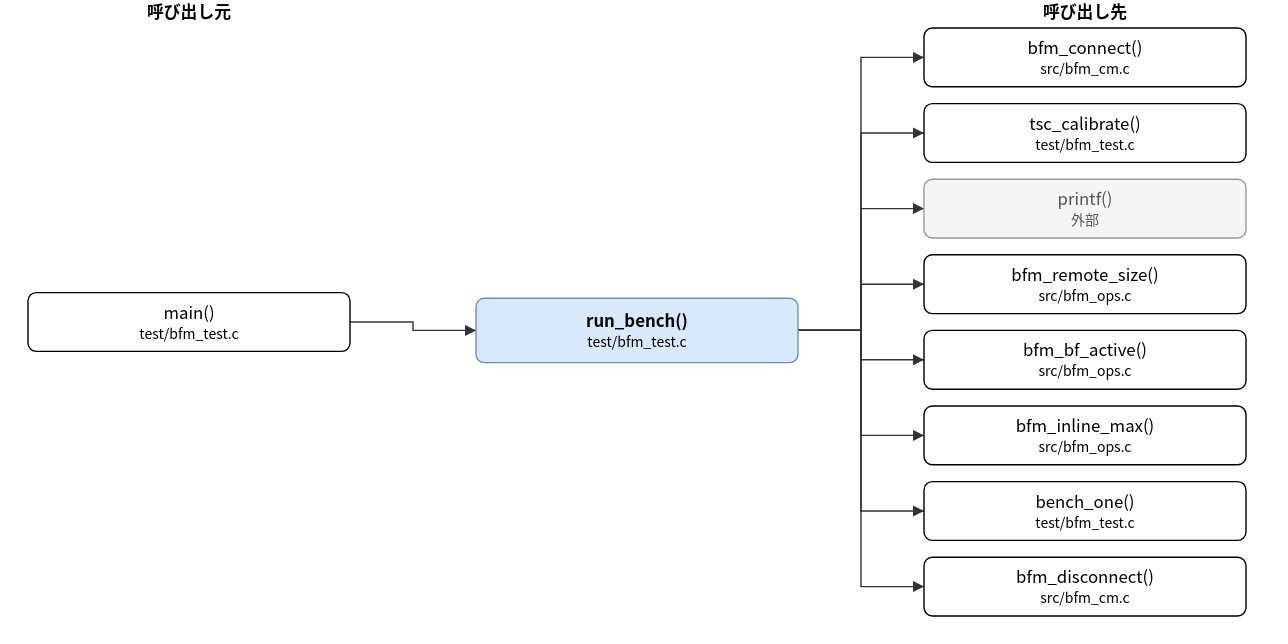
The draw.io diagram doc/spec/images/call_test_bfm_test-run_bench.drawio.svg in hf355051012-ai/bfmem, before a commit. Source tidied: cells renumbered, new cells last; positions are measured from the earlier drawing's top-left corner, leaving out a move shared by most shapes. Source of this version:
```xml
<mxGraphModel>
  <root>
    <mxCell id="0" />
    <mxCell id="1" parent="0" />
    <mxCell id="2" value="run_bench()&lt;br&gt;&lt;font style=&quot;font-size:10px&quot;&gt;test/bfm_test.c&lt;/font&gt;" style="rounded=1;whiteSpace=wrap;html=1;fillColor=#dae8fc;strokeColor=#6c8ebf;fontStyle=1;" parent="1" vertex="1">
      <mxGeometry x="320" y="213" width="230" height="46" as="geometry" />
    </mxCell>
    <mxCell id="3" value="main()&lt;br&gt;&lt;font style=&quot;font-size:10px&quot;&gt;test/bfm_test.c&lt;/font&gt;" style="rounded=1;whiteSpace=wrap;html=1;" parent="1" vertex="1">
      <mxGeometry y="209" width="230" height="42" as="geometry" />
    </mxCell>
    <mxCell id="4" value="bfm_connect()&lt;br&gt;&lt;font style=&quot;font-size:10px&quot;&gt;src/bfm_cm.c&lt;/font&gt;" style="rounded=1;whiteSpace=wrap;html=1;" parent="1" vertex="1">
      <mxGeometry x="640" y="20" width="230" height="42" as="geometry" />
    </mxCell>
    <mxCell id="5" value="tsc_calibrate()&lt;br&gt;&lt;font style=&quot;font-size:10px&quot;&gt;test/bfm_test.c&lt;/font&gt;" style="rounded=1;whiteSpace=wrap;html=1;" parent="1" vertex="1">
      <mxGeometry x="640" y="74" width="230" height="42" as="geometry" />
    </mxCell>
    <mxCell id="6" value="printf()&lt;br&gt;&lt;font style=&quot;font-size:10px&quot;&gt;外部&lt;/font&gt;" style="rounded=1;whiteSpace=wrap;html=1;fillColor=#f5f5f5;strokeColor=#999999;fontColor=#555555;" parent="1" vertex="1">
      <mxGeometry x="640" y="128" width="230" height="42" as="geometry" />
    </mxCell>
    <mxCell id="7" value="bfm_remote_size()&lt;br&gt;&lt;font style=&quot;font-size:10px&quot;&gt;src/bfm_ops.c&lt;/font&gt;" style="rounded=1;whiteSpace=wrap;html=1;" parent="1" vertex="1">
      <mxGeometry x="640" y="182" width="230" height="42" as="geometry" />
    </mxCell>
    <mxCell id="8" value="bfm_bf_active()&lt;br&gt;&lt;font style=&quot;font-size:10px&quot;&gt;src/bfm_ops.c&lt;/font&gt;" style="rounded=1;whiteSpace=wrap;html=1;" parent="1" vertex="1">
      <mxGeometry x="640" y="236" width="230" height="42" as="geometry" />
    </mxCell>
    <mxCell id="9" value="bfm_inline_max()&lt;br&gt;&lt;font style=&quot;font-size:10px&quot;&gt;src/bfm_ops.c&lt;/font&gt;" style="rounded=1;whiteSpace=wrap;html=1;" parent="1" vertex="1">
      <mxGeometry x="640" y="290" width="230" height="42" as="geometry" />
    </mxCell>
    <mxCell id="10" value="bench_one()&lt;br&gt;&lt;font style=&quot;font-size:10px&quot;&gt;test/bfm_test.c&lt;/font&gt;" style="rounded=1;whiteSpace=wrap;html=1;" parent="1" vertex="1">
      <mxGeometry x="640" y="344" width="230" height="42" as="geometry" />
    </mxCell>
    <mxCell id="11" value="bfm_disconnect()&lt;br&gt;&lt;font style=&quot;font-size:10px&quot;&gt;src/bfm_cm.c&lt;/font&gt;" style="rounded=1;whiteSpace=wrap;html=1;" parent="1" vertex="1">
      <mxGeometry x="640" y="398" width="230" height="42" as="geometry" />
    </mxCell>
    <mxCell id="12" style="edgeStyle=none;html=1;rounded=0;endArrow=block;endFill=1;exitX=1.0000;exitY=0.5000;exitDx=0;exitDy=0;exitPerimeter=0;entryX=0.0000;entryY=0.5000;entryDx=0;entryDy=0;entryPerimeter=0;" parent="1" edge="1" source="3" target="2">
      <mxGeometry relative="1" as="geometry">
        <Array as="points">
          <mxPoint x="275" y="230" />
          <mxPoint x="275" y="236" />
        </Array>
      </mxGeometry>
    </mxCell>
    <mxCell id="13" style="edgeStyle=none;html=1;rounded=0;endArrow=block;endFill=1;exitX=1.0000;exitY=0.5000;exitDx=0;exitDy=0;exitPerimeter=0;entryX=0.0000;entryY=0.5000;entryDx=0;entryDy=0;entryPerimeter=0;" parent="1" edge="1" source="2" target="4">
      <mxGeometry relative="1" as="geometry">
        <Array as="points">
          <mxPoint x="595" y="236" />
          <mxPoint x="595" y="41" />
        </Array>
      </mxGeometry>
    </mxCell>
    <mxCell id="14" style="edgeStyle=none;html=1;rounded=0;endArrow=block;endFill=1;exitX=1.0000;exitY=0.5000;exitDx=0;exitDy=0;exitPerimeter=0;entryX=0.0000;entryY=0.5000;entryDx=0;entryDy=0;entryPerimeter=0;" parent="1" edge="1" source="2" target="5">
      <mxGeometry relative="1" as="geometry">
        <Array as="points">
          <mxPoint x="595" y="236" />
          <mxPoint x="595" y="95" />
        </Array>
      </mxGeometry>
    </mxCell>
    <mxCell id="15" style="edgeStyle=none;html=1;rounded=0;endArrow=block;endFill=1;exitX=1.0000;exitY=0.5000;exitDx=0;exitDy=0;exitPerimeter=0;entryX=0.0000;entryY=0.5000;entryDx=0;entryDy=0;entryPerimeter=0;" parent="1" edge="1" source="2" target="6">
      <mxGeometry relative="1" as="geometry">
        <Array as="points">
          <mxPoint x="595" y="236" />
          <mxPoint x="595" y="149" />
        </Array>
      </mxGeometry>
    </mxCell>
    <mxCell id="16" style="edgeStyle=none;html=1;rounded=0;endArrow=block;endFill=1;exitX=1.0000;exitY=0.5000;exitDx=0;exitDy=0;exitPerimeter=0;entryX=0.0000;entryY=0.5000;entryDx=0;entryDy=0;entryPerimeter=0;" parent="1" edge="1" source="2" target="7">
      <mxGeometry relative="1" as="geometry">
        <Array as="points">
          <mxPoint x="595" y="236" />
          <mxPoint x="595" y="203" />
        </Array>
      </mxGeometry>
    </mxCell>
    <mxCell id="17" style="edgeStyle=none;html=1;rounded=0;endArrow=block;endFill=1;exitX=1.0000;exitY=0.5000;exitDx=0;exitDy=0;exitPerimeter=0;entryX=0.0000;entryY=0.5000;entryDx=0;entryDy=0;entryPerimeter=0;" parent="1" edge="1" source="2" target="8">
      <mxGeometry relative="1" as="geometry">
        <Array as="points">
          <mxPoint x="595" y="236" />
          <mxPoint x="595" y="257" />
        </Array>
      </mxGeometry>
    </mxCell>
    <mxCell id="18" style="edgeStyle=none;html=1;rounded=0;endArrow=block;endFill=1;exitX=1.0000;exitY=0.5000;exitDx=0;exitDy=0;exitPerimeter=0;entryX=0.0000;entryY=0.5000;entryDx=0;entryDy=0;entryPerimeter=0;" parent="1" edge="1" source="2" target="9">
      <mxGeometry relative="1" as="geometry">
        <Array as="points">
          <mxPoint x="595" y="236" />
          <mxPoint x="595" y="311" />
        </Array>
      </mxGeometry>
    </mxCell>
    <mxCell id="19" style="edgeStyle=none;html=1;rounded=0;endArrow=block;endFill=1;exitX=1.0000;exitY=0.5000;exitDx=0;exitDy=0;exitPerimeter=0;entryX=0.0000;entryY=0.5000;entryDx=0;entryDy=0;entryPerimeter=0;" parent="1" edge="1" source="2" target="10">
      <mxGeometry relative="1" as="geometry">
        <Array as="points">
          <mxPoint x="595" y="236" />
          <mxPoint x="595" y="365" />
        </Array>
      </mxGeometry>
    </mxCell>
    <mxCell id="20" style="edgeStyle=none;html=1;rounded=0;endArrow=block;endFill=1;exitX=1.0000;exitY=0.5000;exitDx=0;exitDy=0;exitPerimeter=0;entryX=0.0000;entryY=0.5000;entryDx=0;entryDy=0;entryPerimeter=0;" parent="1" edge="1" source="2" target="11">
      <mxGeometry relative="1" as="geometry">
        <Array as="points">
          <mxPoint x="595" y="236" />
          <mxPoint x="595" y="419" />
        </Array>
      </mxGeometry>
    </mxCell>
    <mxCell id="21" value="呼び出し元" style="text;html=1;align=center;fontStyle=1;" parent="1" vertex="1">
      <mxGeometry x="35" width="160" height="18" as="geometry" />
    </mxCell>
    <mxCell id="22" value="呼び出し先" style="text;html=1;align=center;fontStyle=1;" parent="1" vertex="1">
      <mxGeometry x="675" width="160" height="18" as="geometry" />
    </mxCell>
  </root>
</mxGraphModel>
```
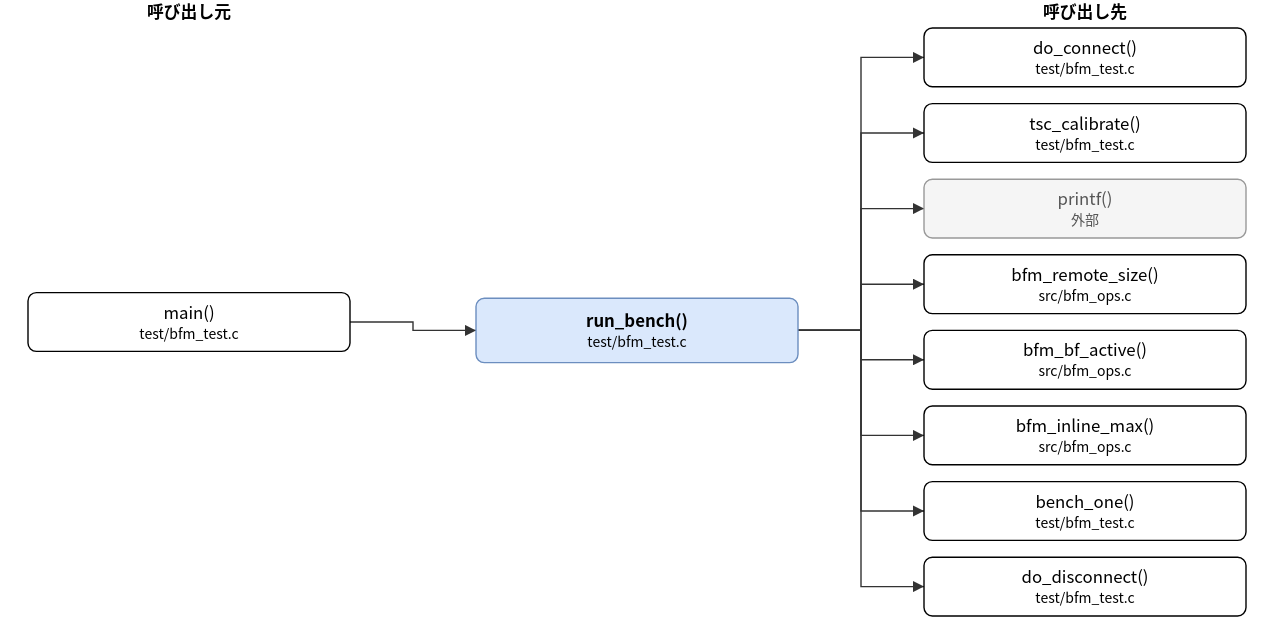
The same diagram one commit later.

Diff of the diagram source:
```diff
@@ -8,7 +8,7 @@
     <mxCell id="3" value="main()&lt;br&gt;&lt;font style=&quot;font-size:10px&quot;&gt;test/bfm_test.c&lt;/font&gt;" style="rounded=1;whiteSpace=wrap;html=1;" parent="1" vertex="1">
       <mxGeometry y="209" width="230" height="42" as="geometry" />
     </mxCell>
-    <mxCell id="4" value="bfm_connect()&lt;br&gt;&lt;font style=&quot;font-size:10px&quot;&gt;src/bfm_cm.c&lt;/font&gt;" style="rounded=1;whiteSpace=wrap;html=1;" parent="1" vertex="1">
+    <mxCell id="4" value="do_connect()&lt;br&gt;&lt;font style=&quot;font-size:10px&quot;&gt;test/bfm_test.c&lt;/font&gt;" style="rounded=1;whiteSpace=wrap;html=1;" parent="1" vertex="1">
       <mxGeometry x="640" y="20" width="230" height="42" as="geometry" />
     </mxCell>
     <mxCell id="5" value="tsc_calibrate()&lt;br&gt;&lt;font style=&quot;font-size:10px&quot;&gt;test/bfm_test.c&lt;/font&gt;" style="rounded=1;whiteSpace=wrap;html=1;" parent="1" vertex="1">
@@ -29,7 +29,7 @@
     <mxCell id="10" value="bench_one()&lt;br&gt;&lt;font style=&quot;font-size:10px&quot;&gt;test/bfm_test.c&lt;/font&gt;" style="rounded=1;whiteSpace=wrap;html=1;" parent="1" vertex="1">
       <mxGeometry x="640" y="344" width="230" height="42" as="geometry" />
     </mxCell>
-    <mxCell id="11" value="bfm_disconnect()&lt;br&gt;&lt;font style=&quot;font-size:10px&quot;&gt;src/bfm_cm.c&lt;/font&gt;" style="rounded=1;whiteSpace=wrap;html=1;" parent="1" vertex="1">
+    <mxCell id="11" value="do_disconnect()&lt;br&gt;&lt;font style=&quot;font-size:10px&quot;&gt;test/bfm_test.c&lt;/font&gt;" style="rounded=1;whiteSpace=wrap;html=1;" parent="1" vertex="1">
       <mxGeometry x="640" y="398" width="230" height="42" as="geometry" />
     </mxCell>
     <mxCell id="12" style="edgeStyle=none;html=1;rounded=0;endArrow=block;endFill=1;exitX=1.0000;exitY=0.5000;exitDx=0;exitDy=0;exitPerimeter=0;entryX=0.0000;entryY=0.5000;entryDx=0;entryDy=0;entryPerimeter=0;" parent="1" edge="1" source="3" target="2">
```
